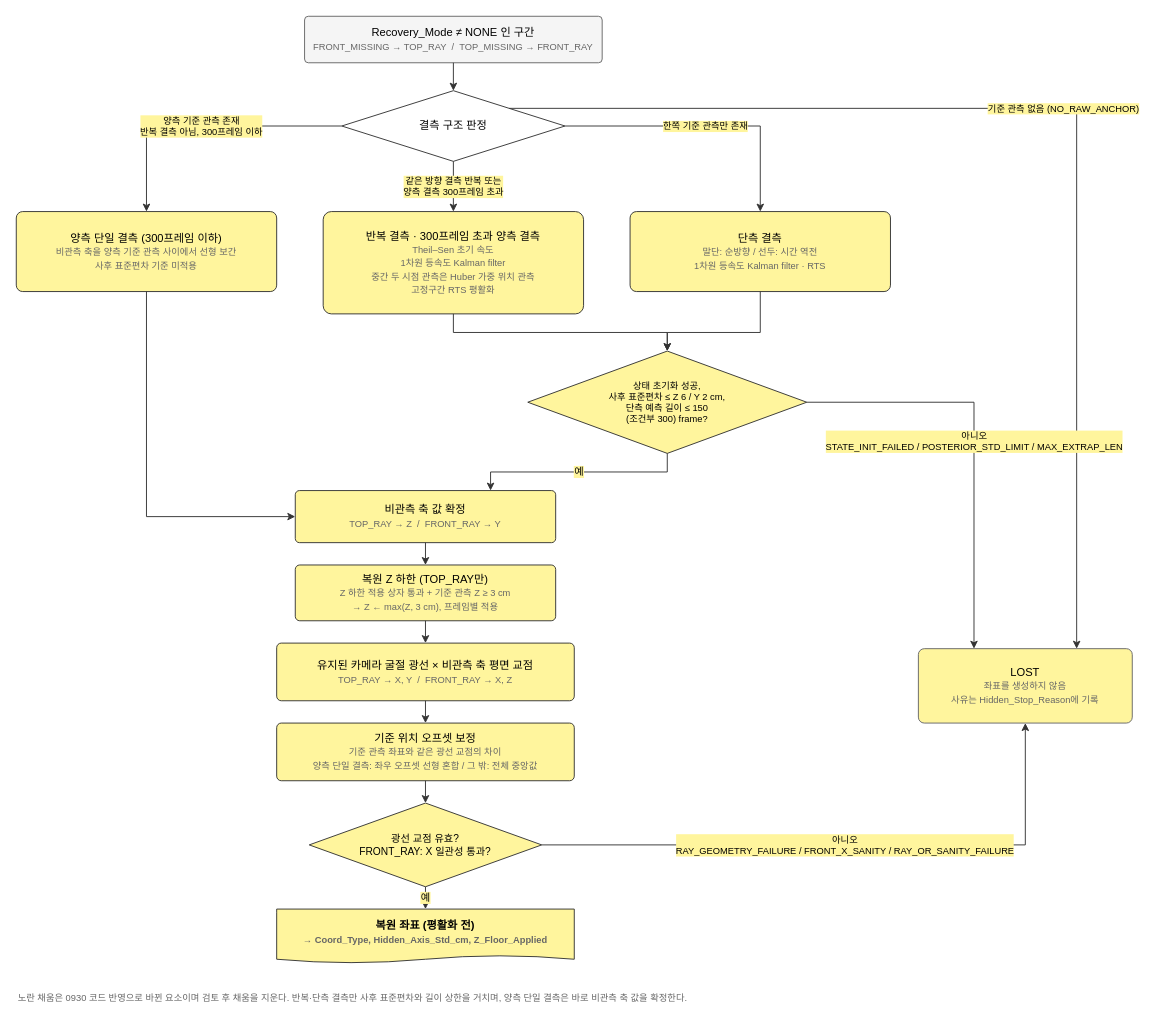
Earlier version of the draw.io diagram page "Step 10 recovery" (2 of 2) of reference/pipeline_diagram.drawio (dodokim777-boop/underwater-gripper-tracking). Source tidied: cells renumbered, new cells numbered last; positions are measured from the earlier drawing's top-left corner, leaving out a move shared by most shapes. Both pictures are drawn from the tidied source at 93%, with x=0, y=0 at pixel (16, 16).
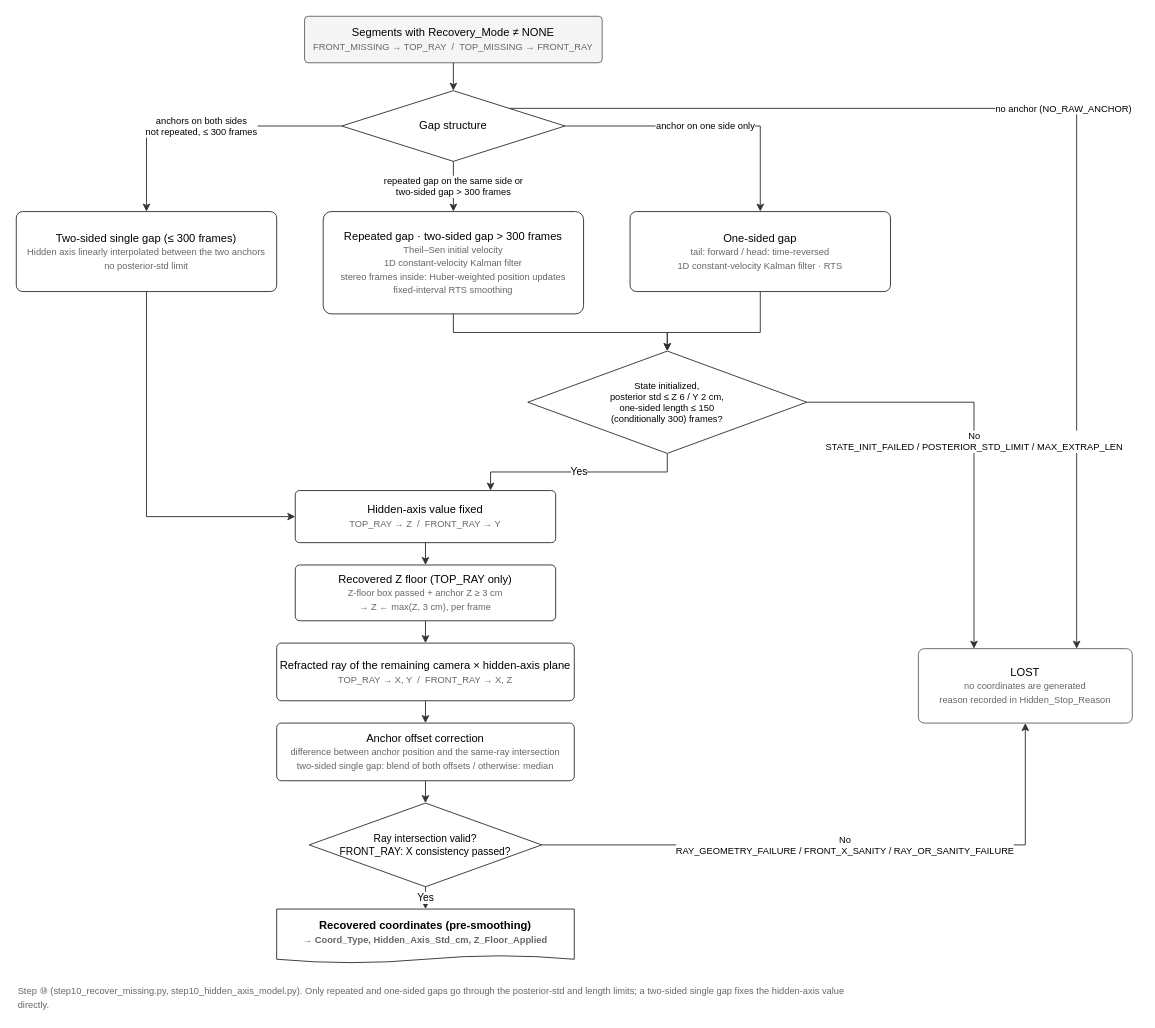
Above is the later version.

Diff of the diagram source:
```diff
@@
-    <mxCell id="2" value="Recovery_Mode ≠ NONE 인 구간&lt;br&gt;&lt;font color=&quot;#666666&quot; style=&quot;font-size:10px&quot;&gt;FRONT_MISSING → TOP_RAY&amp;nbsp;&amp;nbsp;/&amp;nbsp;&amp;nbsp;TOP_MISSING → FRONT_RAY&lt;/font&gt;" style="rounded=1;whiteSpace=wrap;html=1;arcSize=8;fillColor=#f5f5f5;strokeColor=#666666;fontSize=12;" parent="1" vertex="1">
+    <mxCell id="2" value="Segments with Recovery_Mode ≠ NONE&lt;br&gt;&lt;font color=&quot;#666666&quot; style=&quot;font-size:10px&quot;&gt;FRONT_MISSING → TOP_RAY&amp;nbsp;&amp;nbsp;/&amp;nbsp;&amp;nbsp;TOP_MISSING → FRONT_RAY&lt;/font&gt;" style="rounded=1;whiteSpace=wrap;html=1;arcSize=8;fillColor=#f5f5f5;strokeColor=#666666;fontSize=12;" parent="1" vertex="1">
       <mxGeometry x="310" width="320" height="50" as="geometry" />
     </mxCell>
-    <mxCell id="3" value="결측 구조 판정" style="rhombus;whiteSpace=wrap;html=1;fillColor=#ffffff;strokeColor=#333333;fontSize=12;" parent="1" vertex="1">
+    <mxCell id="3" value="Gap structure" style="rhombus;whiteSpace=wrap;html=1;fillColor=#ffffff;strokeColor=#333333;fontSize=12;" parent="1" vertex="1">
       <mxGeometry x="350" y="80" width="240" height="76" as="geometry" />
     </mxCell>
-    <mxCell id="4" value="양측 단일 결측 (300프레임 이하)&lt;br&gt;&lt;font color=&quot;#666666&quot; style=&quot;font-size:10px&quot;&gt;비관측 축을 양측 기준 관측 사이에서 선형 보간&lt;br&gt;사후 표준편차 기준 미적용&lt;/font&gt;" style="rounded=1;whiteSpace=wrap;html=1;arcSize=8;strokeColor=#333333;fontSize=12;fillColor=#FFF59D;" parent="1" vertex="1">
+    <mxCell id="4" value="Two-sided single gap (≤ 300 frames)&lt;br&gt;&lt;font color=&quot;#666666&quot; style=&quot;font-size:10px&quot;&gt;Hidden axis linearly interpolated between the two anchors&lt;br&gt;no posterior-std limit&lt;/font&gt;" style="rounded=1;whiteSpace=wrap;html=1;arcSize=8;strokeColor=#333333;fontSize=12;fillColor=#ffffff;" parent="1" vertex="1">
       <mxGeometry y="210" width="280" height="86" as="geometry" />
     </mxCell>
-    <mxCell id="5" value="반복 결측 · 300프레임 초과 양측 결측&lt;br&gt;&lt;font color=&quot;#666666&quot; style=&quot;font-size:10px&quot;&gt;Theil–Sen 초기 속도&lt;br&gt;1차원 등속도 Kalman filter&lt;br&gt;중간 두 시점 관측은 Huber 가중 위치 관측&lt;br&gt;고정구간 RTS 평활화&lt;/font&gt;" style="rounded=1;whiteSpace=wrap;html=1;arcSize=8;strokeColor=#333333;fontSize=12;fillColor=#FFF59D;" parent="1" vertex="1">
+    <mxCell id="5" value="Repeated gap · two-sided gap &gt; 300 frames&lt;br&gt;&lt;font color=&quot;#666666&quot; style=&quot;font-size:10px&quot;&gt;Theil–Sen initial velocity&lt;br&gt;1D constant-velocity Kalman filter&lt;br&gt;stereo frames inside: Huber-weighted position updates&lt;br&gt;fixed-interval RTS smoothing&lt;/font&gt;" style="rounded=1;whiteSpace=wrap;html=1;arcSize=8;strokeColor=#333333;fontSize=12;fillColor=#ffffff;" parent="1" vertex="1">
       <mxGeometry x="330" y="210" width="280" height="110" as="geometry" />
     </mxCell>
-    <mxCell id="6" value="단측 결측&lt;br&gt;&lt;font color=&quot;#666666&quot; style=&quot;font-size:10px&quot;&gt;말단: 순방향 / 선두: 시간 역전&lt;br&gt;1차원 등속도 Kalman filter · RTS&lt;/font&gt;" style="rounded=1;whiteSpace=wrap;html=1;arcSize=8;strokeColor=#333333;fontSize=12;fillColor=#FFF59D;" parent="1" vertex="1">
+    <mxCell id="6" value="One-sided gap&lt;br&gt;&lt;font color=&quot;#666666&quot; style=&quot;font-size:10px&quot;&gt;tail: forward / head: time-reversed&lt;br&gt;1D constant-velocity Kalman filter · RTS&lt;/font&gt;" style="rounded=1;whiteSpace=wrap;html=1;arcSize=8;strokeColor=#333333;fontSize=12;fillColor=#ffffff;" parent="1" vertex="1">
       <mxGeometry x="660" y="210" width="280" height="86" as="geometry" />
     </mxCell>
-    <mxCell id="7" value="상태 초기화 성공,&lt;br&gt;사후 표준편차 ≤ Z 6 / Y 2 cm,&lt;br&gt;단측 예측 길이 ≤ 150&lt;br&gt;(조건부 300) frame?" style="rhombus;whiteSpace=wrap;html=1;strokeColor=#333333;fontSize=11;fontSize=10;fillColor=#FFF59D;" parent="1" vertex="1">
+    <mxCell id="7" value="State initialized,&lt;br&gt;posterior std ≤ Z 6 / Y 2 cm,&lt;br&gt;one-sided length ≤ 150&lt;br&gt;(conditionally 300) frames?" style="rhombus;whiteSpace=wrap;html=1;strokeColor=#333333;fontSize=11;fontSize=10;fillColor=#ffffff;" parent="1" vertex="1">
       <mxGeometry x="550" y="360" width="300" height="110" as="geometry" />
     </mxCell>
-    <mxCell id="8" value="비관측 축 값 확정&lt;br&gt;&lt;font color=&quot;#666666&quot; style=&quot;font-size:10px&quot;&gt;TOP_RAY → Z&amp;nbsp;&amp;nbsp;/&amp;nbsp;&amp;nbsp;FRONT_RAY → Y&lt;/font&gt;" style="rounded=1;whiteSpace=wrap;html=1;arcSize=8;strokeColor=#333333;fontSize=12;fillColor=#FFF59D;" parent="1" vertex="1">
+    <mxCell id="8" value="Hidden-axis value fixed&lt;br&gt;&lt;font color=&quot;#666666&quot; style=&quot;font-size:10px&quot;&gt;TOP_RAY → Z&amp;nbsp;&amp;nbsp;/&amp;nbsp;&amp;nbsp;FRONT_RAY → Y&lt;/font&gt;" style="rounded=1;whiteSpace=wrap;html=1;arcSize=8;strokeColor=#333333;fontSize=12;fillColor=#ffffff;" parent="1" vertex="1">
       <mxGeometry x="300" y="510" width="280" height="56" as="geometry" />
     </mxCell>
-    <mxCell id="9" value="복원 Z 하한 (TOP_RAY만)&lt;br&gt;&lt;font color=&quot;#666666&quot; style=&quot;font-size:10px&quot;&gt;Z 하한 적용 상자 통과 + 기준 관측 Z ≥ 3 cm&lt;br&gt;→ Z ← max(Z, 3 cm), 프레임별 적용&lt;/font&gt;" style="rounded=1;whiteSpace=wrap;html=1;arcSize=8;strokeColor=#333333;fontSize=12;fillColor=#FFF59D;" parent="1" vertex="1">
+    <mxCell id="9" value="Recovered Z floor (TOP_RAY only)&lt;br&gt;&lt;font color=&quot;#666666&quot; style=&quot;font-size:10px&quot;&gt;Z-floor box passed + anchor Z ≥ 3 cm&lt;br&gt;→ Z ← max(Z, 3 cm), per frame&lt;/font&gt;" style="rounded=1;whiteSpace=wrap;html=1;arcSize=8;strokeColor=#333333;fontSize=12;fillColor=#ffffff;" parent="1" vertex="1">
       <mxGeometry x="300" y="590" width="280" height="60" as="geometry" />
     </mxCell>
-    <mxCell id="10" value="유지된 카메라 굴절 광선 × 비관측 축 평면 교점&lt;br&gt;&lt;font color=&quot;#666666&quot; style=&quot;font-size:10px&quot;&gt;TOP_RAY → X, Y&amp;nbsp;&amp;nbsp;/&amp;nbsp;&amp;nbsp;FRONT_RAY → X, Z&lt;/font&gt;" style="rounded=1;whiteSpace=wrap;html=1;arcSize=8;strokeColor=#333333;fontSize=12;fillColor=#FFF59D;" parent="1" vertex="1">
+    <mxCell id="10" value="Refracted ray of the remaining camera × hidden-axis plane&lt;br&gt;&lt;font color=&quot;#666666&quot; style=&quot;font-size:10px&quot;&gt;TOP_RAY → X, Y&amp;nbsp;&amp;nbsp;/&amp;nbsp;&amp;nbsp;FRONT_RAY → X, Z&lt;/font&gt;" style="rounded=1;whiteSpace=wrap;html=1;arcSize=8;strokeColor=#333333;fontSize=12;fillColor=#ffffff;" parent="1" vertex="1">
       <mxGeometry x="280" y="674" width="320" height="62" as="geometry" />
     </mxCell>
-    <mxCell id="11" value="기준 위치 오프셋 보정&lt;br&gt;&lt;font color=&quot;#666666&quot; style=&quot;font-size:10px&quot;&gt;기준 관측 좌표와 같은 광선 교점의 차이&lt;br&gt;양측 단일 결측: 좌우 오프셋 선형 혼합 / 그 밖: 전체 중앙값&lt;/font&gt;" style="rounded=1;whiteSpace=wrap;html=1;arcSize=8;strokeColor=#333333;fontSize=12;fillColor=#FFF59D;" parent="1" vertex="1">
+    <mxCell id="11" value="Anchor offset correction&lt;br&gt;&lt;font color=&quot;#666666&quot; style=&quot;font-size:10px&quot;&gt;difference between anchor position and the same-ray intersection&lt;br&gt;two-sided single gap: blend of both offsets / otherwise: median&lt;/font&gt;" style="rounded=1;whiteSpace=wrap;html=1;arcSize=8;strokeColor=#333333;fontSize=12;fillColor=#ffffff;" parent="1" vertex="1">
       <mxGeometry x="280" y="760" width="320" height="62" as="geometry" />
     </mxCell>
-    <mxCell id="12" value="광선 교점 유효?&lt;br&gt;FRONT_RAY: X 일관성 통과?" style="rhombus;whiteSpace=wrap;html=1;strokeColor=#333333;fontSize=11;fillColor=#FFF59D;" parent="1" vertex="1">
+    <mxCell id="12" value="Ray intersection valid?&lt;br&gt;FRONT_RAY: X consistency passed?" style="rhombus;whiteSpace=wrap;html=1;strokeColor=#333333;fontSize=11;fillColor=#ffffff;" parent="1" vertex="1">
       <mxGeometry x="315" y="846" width="250" height="90" as="geometry" />
     </mxCell>
-    <mxCell id="13" value="복원 좌표 (평활화 전)&lt;br&gt;&lt;font color=&quot;#666666&quot; style=&quot;font-size:10px&quot;&gt;→ Coord_Type, Hidden_Axis_Std_cm, Z_Floor_Applied&lt;/font&gt;" style="shape=document;whiteSpace=wrap;html=1;boundedLbl=1;size=0.14;strokeColor=#333333;fontSize=12;fontStyle=1;fillColor=#FFF59D;" parent="1" vertex="1">
+    <mxCell id="13" value="Recovered coordinates (pre-smoothing)&lt;br&gt;&lt;font color=&quot;#666666&quot; style=&quot;font-size:10px&quot;&gt;→ Coord_Type, Hidden_Axis_Std_cm, Z_Floor_Applied&lt;/font&gt;" style="shape=document;whiteSpace=wrap;html=1;boundedLbl=1;size=0.14;strokeColor=#333333;fontSize=12;fontStyle=1;fillColor=#ffffff;" parent="1" vertex="1">
       <mxGeometry x="280" y="960" width="320" height="58" as="geometry" />
     </mxCell>
-    <mxCell id="14" value="LOST&lt;br&gt;&lt;font color=&quot;#666666&quot; style=&quot;font-size:10px&quot;&gt;좌표를 생성하지 않음&lt;br&gt;사유는 Hidden_Stop_Reason에 기록&lt;/font&gt;" style="rounded=1;whiteSpace=wrap;html=1;arcSize=8;fillColor=#eeeeee;strokeColor=#666666;fontSize=12;fillColor=#FFF59D;" parent="1" vertex="1">
+    <mxCell id="14" value="LOST&lt;br&gt;&lt;font color=&quot;#666666&quot; style=&quot;font-size:10px&quot;&gt;no coordinates are generated&lt;br&gt;reason recorded in Hidden_Stop_Reason&lt;/font&gt;" style="rounded=1;whiteSpace=wrap;html=1;arcSize=8;fillColor=#eeeeee;strokeColor=#666666;fontSize=12;fillColor=#ffffff;" parent="1" vertex="1">
       <mxGeometry x="970" y="680" width="230" height="80" as="geometry" />
     </mxCell>
@@
-    <mxCell id="16" value="양측 기준 관측 존재&lt;br&gt;반복 결측 아님, 300프레임 이하" style="edgeStyle=orthogonalEdgeStyle;html=1;rounded=0;strokeColor=#333333;fontSize=10;exitX=0;exitY=0.5;entryX=0.5;entryY=0;labelBackgroundColor=#FFF59D;" parent="1" edge="1" source="3" target="4">
+    <mxCell id="16" value="anchors on both sides&lt;br&gt;not repeated, ≤ 300 frames" style="edgeStyle=orthogonalEdgeStyle;html=1;rounded=0;strokeColor=#333333;fontSize=10;exitX=0;exitY=0.5;entryX=0.5;entryY=0;labelBackgroundColor=#ffffff;" parent="1" edge="1" source="3" target="4">
       <mxGeometry relative="1" as="geometry">
         <Array as="points">
           <mxPoint x="140" y="118" />
         </Array>
       </mxGeometry>
     </mxCell>
-    <mxCell id="17" value="같은 방향 결측 반복 또는&lt;br&gt;양측 결측 300프레임 초과" style="edgeStyle=orthogonalEdgeStyle;html=1;rounded=0;strokeColor=#333333;fontSize=10;labelBackgroundColor=#FFF59D;" parent="1" edge="1" source="3" target="5">
+    <mxCell id="17" value="repeated gap on the same side or&lt;br&gt;two-sided gap &gt; 300 frames" style="edgeStyle=orthogonalEdgeStyle;html=1;rounded=0;strokeColor=#333333;fontSize=10;labelBackgroundColor=#ffffff;" parent="1" edge="1" source="3" target="5">
       <mxGeometry relative="1" as="geometry" />
     </mxCell>
-    <mxCell id="18" value="한쪽 기준 관측만 존재" style="edgeStyle=orthogonalEdgeStyle;html=1;rounded=0;strokeColor=#333333;fontSize=10;exitX=1;exitY=0.5;entryX=0.5;entryY=0;labelBackgroundColor=#FFF59D;" parent="1" edge="1" source="3" target="6">
+    <mxCell id="18" value="anchor on one side only" style="edgeStyle=orthogonalEdgeStyle;html=1;rounded=0;strokeColor=#333333;fontSize=10;exitX=1;exitY=0.5;entryX=0.5;entryY=0;labelBackgroundColor=#ffffff;" parent="1" edge="1" source="3" target="6">
       <mxGeometry relative="1" as="geometry">
         <Array as="points">
           <mxPoint x="800" y="118" />
         </Array>
       </mxGeometry>
     </mxCell>
-    <mxCell id="19" value="기준 관측 없음 (NO_RAW_ANCHOR)" style="edgeStyle=orthogonalEdgeStyle;html=1;rounded=0;strokeColor=#333333;fontSize=10;exitX=0.75;exitY=0.25;entryX=0.74;entryY=0;labelBackgroundColor=#FFF59D;" parent="1" edge="1" source="3" target="14">
+    <mxCell id="19" value="no anchor (NO_RAW_ANCHOR)" style="edgeStyle=orthogonalEdgeStyle;html=1;rounded=0;strokeColor=#333333;fontSize=10;exitX=0.75;exitY=0.25;entryX=0.74;entryY=0;labelBackgroundColor=#ffffff;" parent="1" edge="1" source="3" target="14">
       <mxGeometry relative="1" as="geometry">
         <Array as="points">
           <mxPoint x="1140" y="99" />
         </Array>
       </mxGeometry>
     </mxCell>
@@
-    <mxCell id="23" value="예" style="edgeStyle=orthogonalEdgeStyle;html=1;rounded=0;strokeColor=#333333;fontSize=11;exitX=0.5;exitY=1;entryX=0.75;entryY=0;labelBackgroundColor=#FFF59D;" parent="1" edge="1" source="7" target="8">
+    <mxCell id="23" value="Yes" style="edgeStyle=orthogonalEdgeStyle;html=1;rounded=0;strokeColor=#333333;fontSize=11;exitX=0.5;exitY=1;entryX=0.75;entryY=0;labelBackgroundColor=#ffffff;" parent="1" edge="1" source="7" target="8">
       <mxGeometry relative="1" as="geometry">
         <Array as="points">
           <mxPoint x="700" y="490" />
           <mxPoint x="510" y="490" />
         </Array>
       </mxGeometry>
     </mxCell>
-    <mxCell id="24" value="아니오&lt;br&gt;STATE_INIT_FAILED / POSTERIOR_STD_LIMIT / MAX_EXTRAP_LEN" style="edgeStyle=orthogonalEdgeStyle;html=1;rounded=0;strokeColor=#333333;fontSize=10;exitX=1;exitY=0.5;entryX=0.26;entryY=0;labelBackgroundColor=#FFF59D;" parent="1" edge="1" source="7" target="14">
+    <mxCell id="24" value="No&lt;br&gt;STATE_INIT_FAILED / POSTERIOR_STD_LIMIT / MAX_EXTRAP_LEN" style="edgeStyle=orthogonalEdgeStyle;html=1;rounded=0;strokeColor=#333333;fontSize=10;exitX=1;exitY=0.5;entryX=0.26;entryY=0;labelBackgroundColor=#ffffff;" parent="1" edge="1" source="7" target="14">
       <mxGeometry relative="1" as="geometry">
         <Array as="points">
           <mxPoint x="1030" y="415" />
         </Array>
       </mxGeometry>
     </mxCell>
@@
-    <mxCell id="29" value="예" style="edgeStyle=orthogonalEdgeStyle;html=1;rounded=0;strokeColor=#333333;fontSize=11;labelBackgroundColor=#FFF59D;" parent="1" edge="1" source="12" target="13">
+    <mxCell id="29" value="Yes" style="edgeStyle=orthogonalEdgeStyle;html=1;rounded=0;strokeColor=#333333;fontSize=11;labelBackgroundColor=#ffffff;" parent="1" edge="1" source="12" target="13">
       <mxGeometry relative="1" as="geometry" />
     </mxCell>
-    <mxCell id="30" value="아니오&lt;br&gt;RAY_GEOMETRY_FAILURE / FRONT_X_SANITY / RAY_OR_SANITY_FAILURE" style="edgeStyle=orthogonalEdgeStyle;html=1;rounded=0;strokeColor=#333333;fontSize=10;exitX=1;exitY=0.5;entryX=0.5;entryY=1;labelBackgroundColor=#FFF59D;" parent="1" edge="1" source="12" target="14">
+    <mxCell id="30" value="No&lt;br&gt;RAY_GEOMETRY_FAILURE / FRONT_X_SANITY / RAY_OR_SANITY_FAILURE" style="edgeStyle=orthogonalEdgeStyle;html=1;rounded=0;strokeColor=#333333;fontSize=10;exitX=1;exitY=0.5;entryX=0.5;entryY=1;labelBackgroundColor=#ffffff;" parent="1" edge="1" source="12" target="14">
       <mxGeometry relative="1" as="geometry">
         <Array as="points">
           <mxPoint x="1085" y="891" />
         </Array>
       </mxGeometry>
     </mxCell>
-    <mxCell id="31" value="&lt;font color=&quot;#666666&quot; style=&quot;font-size:10px&quot;&gt;노란 채움은 0930 코드 반영으로 바뀐 요소이며 검토 후 채움을 지운다. 반복·단측 결측만 사후 표준편차와 길이 상한을 거치며, 양측 단일 결측은 바로 비관측 축 값을 확정한다.&lt;/font&gt;" style="text;html=1;align=left;verticalAlign=middle;whiteSpace=wrap;" parent="1" vertex="1">
+    <mxCell id="31" value="&lt;font color=&quot;#666666&quot; style=&quot;font-size:10px&quot;&gt;Step ⑩ (step10_recover_missing.py, step10_hidden_axis_model.py). Only repeated and one-sided gaps go through the posterior-std and length limits; a two-sided single gap fixes the hidden-axis value directly.&lt;/font&gt;" style="text;html=1;align=left;verticalAlign=middle;whiteSpace=wrap;" parent="1" vertex="1">
       <mxGeometry y="1040" width="900" height="30" as="geometry" />
     </mxCell>
```
